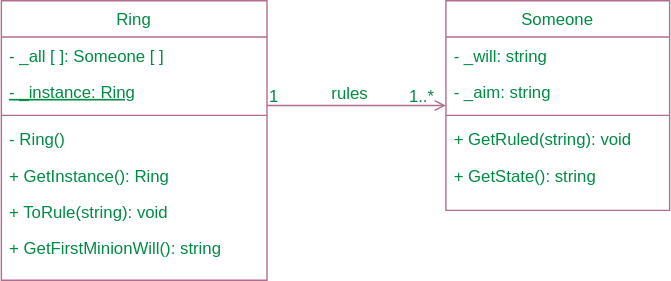
Earlier version of the draw.io export img/oop_3lab.svg (Ol333/hate-arising-labs). Source tidied: cells renumbered, new cells last; positions are measured from the earlier drawing's top-left corner, leaving out a move shared by most shapes.
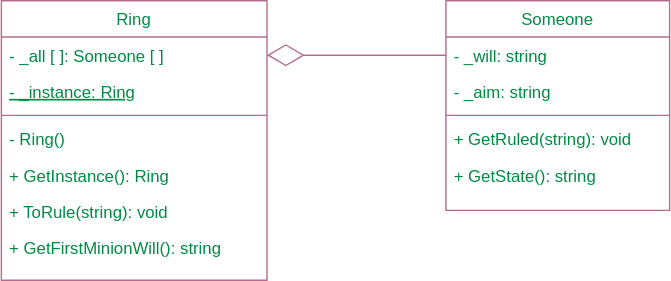
Later version of the same file.

Diff of the diagram source:
```diff
@@ -1,8 +1,8 @@
 <mxGraphModel>
   <root>
-    <mxCell id="0" />
-    <mxCell id="1" parent="0" />
+    <mxCell id="20" />
+    <mxCell id="21" parent="20" />
-    <mxCell id="2" value="Ring" style="swimlane;fontStyle=0;align=center;verticalAlign=top;horizontal=1;startSize=26;rounded=0;shadow=0;strokeWidth=1;fillColor=none;fontColor=#008B45;strokeColor=#B36C8F;" parent="1" vertex="1">
+    <mxCell id="2" value="Ring" style="swimlane;fontStyle=0;align=center;verticalAlign=top;horizontal=1;startSize=26;rounded=0;shadow=0;strokeWidth=1;fillColor=none;fontColor=#008B45;strokeColor=#B36C8F;" parent="21" vertex="1">
       <mxGeometry width="190" height="200" as="geometry" />
     </mxCell>
     <mxCell id="3" value="- _all [ ]: Someone [ ]" style="text;align=left;verticalAlign=top;spacingLeft=4;spacingRight=4;overflow=hidden;points=[[0,0.5],[1,0.5]];portConstraint=eastwest;rounded=0;shadow=0;html=0;fontColor=#008B45;" parent="2" vertex="1">
@@ -26,7 +26,7 @@
     <mxCell id="9" value="+ GetFirstMinionWill(): string" style="text;align=left;verticalAlign=top;spacingLeft=4;spacingRight=4;overflow=hidden;fontColor=#008B45;" parent="2" vertex="1">
       <mxGeometry y="164" width="190" height="26" as="geometry" />
     </mxCell>
-    <mxCell id="10" value="Someone" style="swimlane;fontStyle=0;align=center;verticalAlign=top;horizontal=1;startSize=26;rounded=0;shadow=0;strokeWidth=1;fillColor=none;fontColor=#008B45;strokeColor=#B36C8F;" parent="1" vertex="1">
+    <mxCell id="10" value="Someone" style="swimlane;fontStyle=0;align=center;verticalAlign=top;horizontal=1;startSize=26;rounded=0;shadow=0;strokeWidth=1;fillColor=none;fontColor=#008B45;strokeColor=#B36C8F;" parent="21" vertex="1">
       <mxGeometry x="318" width="160" height="150" as="geometry" />
     </mxCell>
     <mxCell id="11" value="- _will: string" style="text;align=left;verticalAlign=top;spacingLeft=4;spacingRight=4;overflow=hidden;points=[[0,0.5],[1,0.5]];portConstraint=eastwest;fontColor=#008B45;" parent="10" vertex="1">
@@ -44,25 +44,8 @@
     <mxCell id="15" value="+ GetState(): string" style="text;align=left;verticalAlign=top;spacingLeft=4;spacingRight=4;overflow=hidden;fontColor=#008B45;" parent="10" vertex="1">
       <mxGeometry y="112" width="160" height="26" as="geometry" />
     </mxCell>
-    <mxCell id="16" style="endArrow=open;shadow=0;strokeWidth=1;rounded=0;endFill=1;edgeStyle=elbowEdgeStyle;elbow=vertical;fontColor=#008B45;strokeColor=#B36C8F;" parent="1" edge="1" source="2" target="10">
-      <mxGeometry x="0.5" y="41" relative="1" as="geometry">
-        <mxPoint x="-40" y="32" as="offset" />
-      </mxGeometry>
-    </mxCell>
-    <mxCell id="17" value="1" style="align=left;verticalAlign=bottom;labelBackgroundColor=none;fontSize=12;fontColor=#008B45;" parent="16" vertex="1">
-      <mxGeometry x="-1" relative="1" as="geometry">
-        <mxPoint y="2" as="offset" />
-      </mxGeometry>
-    </mxCell>
-    <mxCell id="18" value="1..*" style="align=right;verticalAlign=bottom;labelBackgroundColor=none;fontSize=12;fontColor=#008B45;" parent="16" vertex="1">
-      <mxGeometry x="1" relative="1" as="geometry">
-        <mxPoint x="-7" y="2" as="offset" />
-      </mxGeometry>
-    </mxCell>
-    <mxCell id="19" value="rules" style="text;html=1;align=center;verticalAlign=middle;labelBackgroundColor=none;rounded=0;shadow=0;strokeWidth=1;fontSize=12;fontColor=#008B45;" parent="16" vertex="1">
-      <mxGeometry x="0.5" y="49" relative="1" as="geometry">
-        <mxPoint x="-38" y="40" as="offset" />
-      </mxGeometry>
-    </mxCell>
+    <mxCell id="22" style="endArrow=diamondThin;endFill=0;endSize=24;html=1;rounded=0;entryX=1;entryY=0.5;entryDx=0;entryDy=0;exitX=0;exitY=0.5;exitDx=0;exitDy=0;strokeColor=#B36C8F;" parent="21" edge="1" source="11" target="3">
+      <mxGeometry relative="1" as="geometry" />
+    </mxCell>
   </root>
 </mxGraphModel>
```
